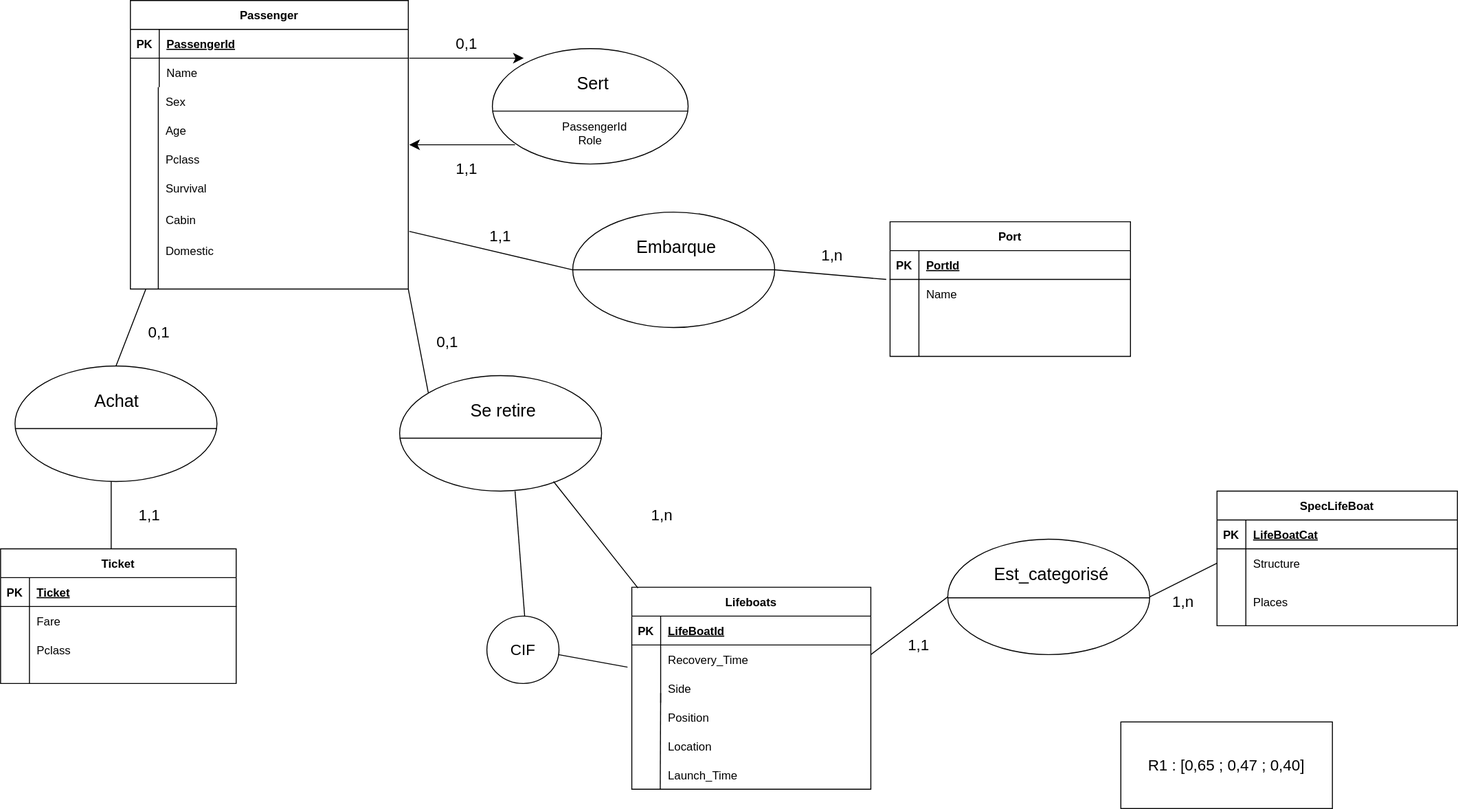
The draw.io diagram SEA TITANIC.drawio.svg in nico38t/SAE-1.04-TITANIC, before a commit. Source tidied: cells renumbered, new cells last; positions are measured from the earlier drawing's top-left corner, leaving out a move shared by most shapes.
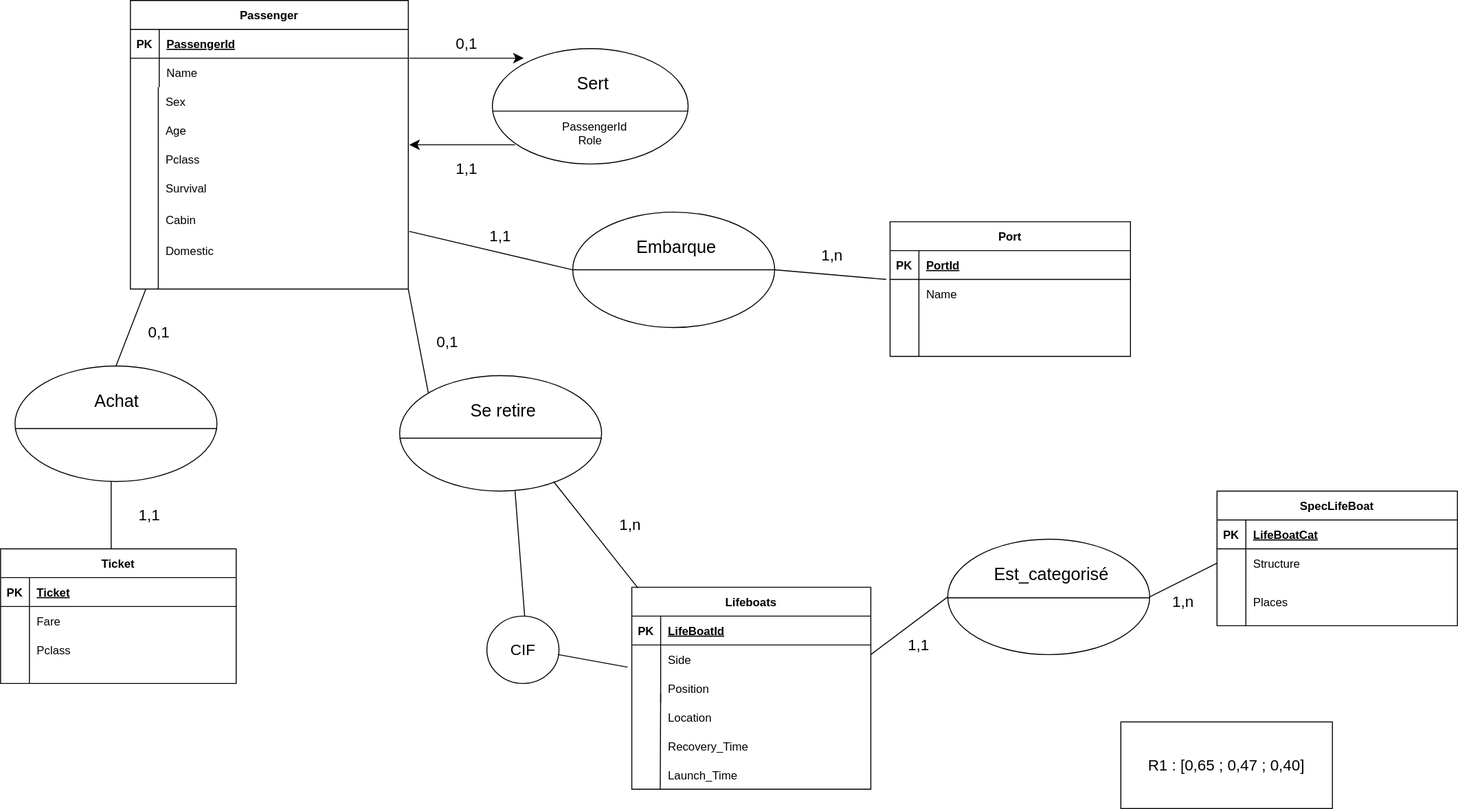
The same diagram one commit later.

Change to the diagram source:
```diff
@@ -104,19 +104,19 @@
     <mxCell id="34" style="shape=partialRectangle;overflow=hidden;fillColor=none;top=0;left=0;bottom=0;right=0;" parent="33" vertex="1">
       <mxGeometry width="30" height="30" as="geometry" />
     </mxCell>
-    <mxCell id="35" value="Side" style="shape=partialRectangle;overflow=hidden;fillColor=none;top=0;left=0;bottom=0;right=0;align=left;spacingLeft=6;" parent="33" vertex="1">
+    <mxCell id="35" value="Position" style="shape=partialRectangle;overflow=hidden;fillColor=none;top=0;left=0;bottom=0;right=0;align=left;spacingLeft=6;" parent="33" vertex="1">
       <mxGeometry x="30" width="218.6" height="30" as="geometry" />
     </mxCell>
-    <mxCell id="36" value="Position" style="shape=partialRectangle;overflow=hidden;fillColor=none;top=0;left=0;bottom=0;right=0;align=left;spacingLeft=6;" parent="1" vertex="1">
+    <mxCell id="36" value="Location" style="shape=partialRectangle;overflow=hidden;fillColor=none;top=0;left=0;bottom=0;right=0;align=left;spacingLeft=6;" parent="1" vertex="1">
       <mxGeometry x="686.4" y="730" width="178.6" height="30" as="geometry" />
     </mxCell>
-    <mxCell id="37" value="Location" style="shape=partialRectangle;overflow=hidden;fillColor=none;top=0;left=0;bottom=0;right=0;align=left;spacingLeft=6;" parent="1" vertex="1">
+    <mxCell id="37" value="Recovery_Time" style="shape=partialRectangle;overflow=hidden;fillColor=none;top=0;left=0;bottom=0;right=0;align=left;spacingLeft=6;" parent="1" vertex="1">
       <mxGeometry x="686.4" y="760" width="98.6" height="30" as="geometry" />
     </mxCell>
     <mxCell id="38" value="Launch_Time" style="shape=partialRectangle;overflow=hidden;fillColor=none;top=0;left=0;bottom=0;right=0;align=left;spacingLeft=6;" parent="1" vertex="1">
       <mxGeometry x="686.4" y="790" width="108.6" height="30" as="geometry" />
     </mxCell>
-    <mxCell id="39" value="Recovery_Time" style="shape=partialRectangle;overflow=hidden;fillColor=none;top=0;left=0;bottom=0;right=0;align=left;spacingLeft=6;" parent="1" vertex="1">
+    <mxCell id="39" value="Side" style="shape=partialRectangle;overflow=hidden;fillColor=none;top=0;left=0;bottom=0;right=0;align=left;spacingLeft=6;" parent="1" vertex="1">
       <mxGeometry x="686.4" y="670" width="118.6" height="30" as="geometry" />
     </mxCell>
     <mxCell id="40" style="endArrow=none;html=1;rounded=0;" parent="1" edge="1">
@@ -243,7 +243,7 @@
       </mxGeometry>
     </mxCell>
     <mxCell id="73" value="1,n" style="text;strokeColor=none;align=center;fillColor=none;html=1;verticalAlign=middle;whiteSpace=wrap;rounded=0;fontSize=16;" parent="1" vertex="1">
-      <mxGeometry x="611.4" y="510" width="153.6" height="50" as="geometry" />
+      <mxGeometry x="625" y="520" width="60" height="50" as="geometry" />
     </mxCell>
     <mxCell id="74" style="endArrow=none;html=1;rounded=0;fontSize=12;startSize=8;endSize=8;curved=1;entryX=0;entryY=0;entryDx=0;entryDy=0;" parent="1" edge="1">
       <mxGeometry relative="1" as="geometry">
```
